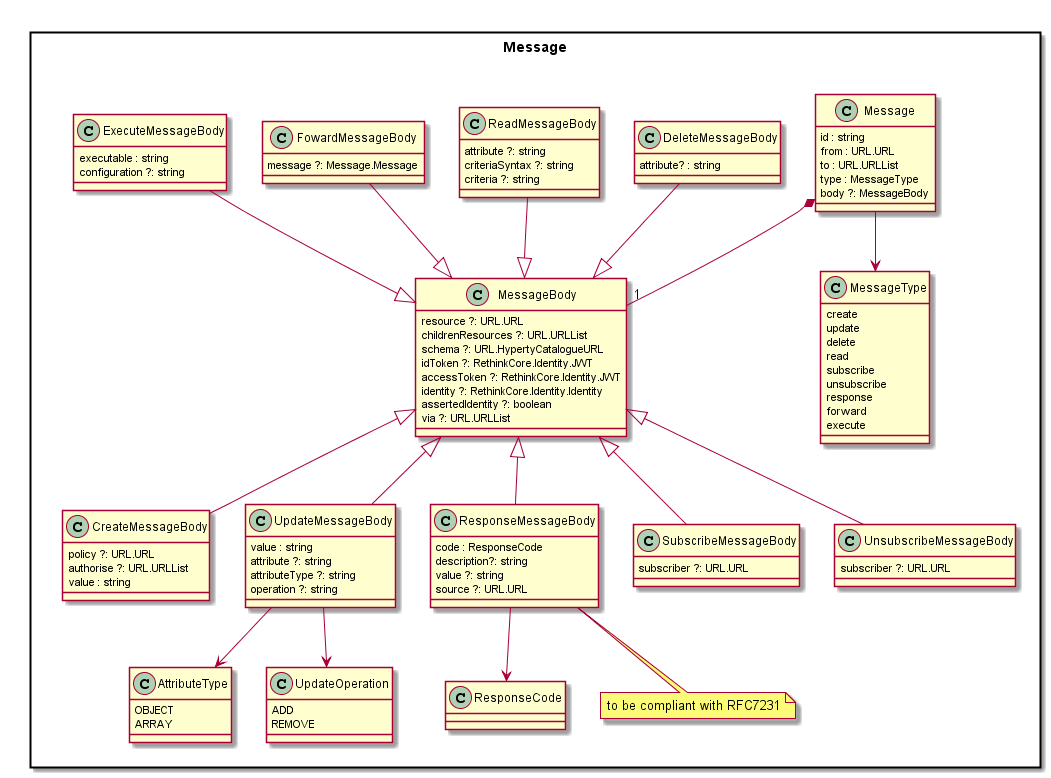
Earlier version of the PlantUML export docs/datamodel/Message-Data-Model.png (reTHINK-project/dev-service-framework). The source it was exported from:
```plantuml
@startuml "Message-Data-Model.png"

package Message <<Rect>> {

	class Message {
		id : string
		from : URL.URL
		to : URL.URLList
		type : MessageType
		body ?: MessageBody
	}

	class MessageBody {
		resource ?: URL.URL
		childrenResources ?: URL.URLList
		schema ?: URL.HypertyCatalogueURL
		idToken ?: RethinkCore.Identity.JWT
		accessToken ?: RethinkCore.Identity.JWT
		identity ?: RethinkCore.Identity.Identity
		assertedIdentity ?: boolean
		via ?: URL.URLList
	}

	class CreateMessageBody {
		policy ?: URL.URL
		authorise ?: URL.URLList
		value : string
	}

	class UpdateMessageBody {
		value : string
		attribute ?: string
		attributeType ?: string
		operation ?: string
	}

	class ResponseCode {
	}

	class ResponseMessageBody {
		code : ResponseCode
		description?: string
		value ?: string
		source ?: URL.URL
	}
	note bottom : to be compliant with RFC7231

	class DeleteMessageBody {
		attribute? : string
	}

	class ReadMessageBody {
		attribute ?: string
		criteriaSyntax ?: string
		criteria ?: string
	}

	class SubscribeMessageBody {
		subscriber ?: URL.URL
	}

	class UnsubscribeMessageBody {
		subscriber ?: URL.URL
	}

	class FowardMessageBody {
		message ?: Message.Message
	}

	class ExecuteMessageBody {
		executable : string
		configuration ?: string
	}

	class MessageType {
			create
			update
			delete
			read
			subscribe
			unsubscribe
			response
			forward
			execute
	}

	class AttributeType {
	  	OBJECT
	  	ARRAY
	}

	class UpdateOperation {
	  	ADD
	  	REMOVE
	}

	Message --> MessageType
	Message *-- "1" MessageBody

	CreateMessageBody -up-|> MessageBody
	UpdateMessageBody -up-|> MessageBody
	ResponseMessageBody -up-|> MessageBody
	SubscribeMessageBody -up-|> MessageBody
	UnsubscribeMessageBody -up-|> MessageBody
	DeleteMessageBody -down-|> MessageBody
	ReadMessageBody -down-|> MessageBody
	FowardMessageBody -down-|> MessageBody
	ExecuteMessageBody -down-|> MessageBody

	ResponseMessageBody --> ResponseCode
	UpdateMessageBody --> UpdateOperation
	UpdateMessageBody --> AttributeType
}

@enduml
```
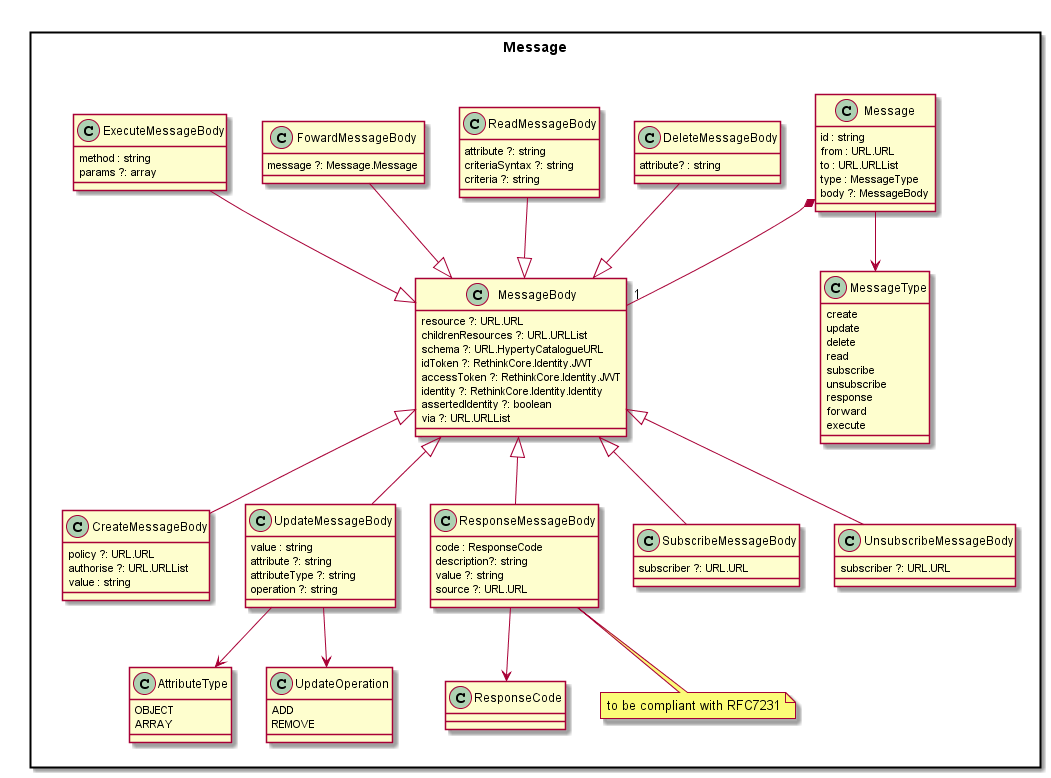
After the commit.

Commit message:
Data model update to Registry-Data-Object and to Hyperty-Instance-Data-Object-Model to improve keep alive of registry objects and Hyperty search per object url scheme

What changed in the source:
```diff
@@ -68,8 +68,8 @@
 	}
 
 	class ExecuteMessageBody {
-		executable : string
-		configuration ?: string
+		method : string
+		params ?: array
 	}
 
 	class MessageType {
```
